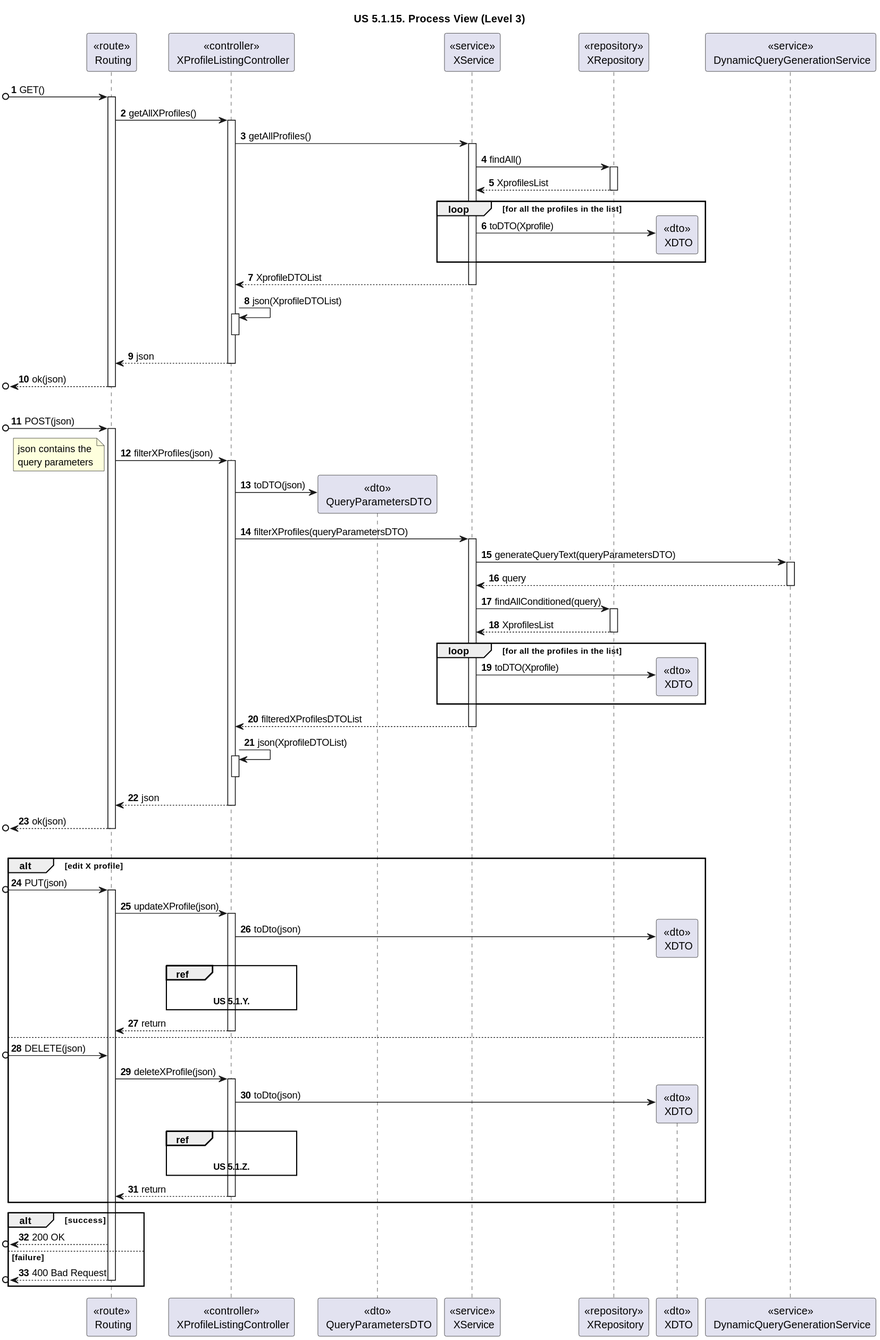
Above: docs/sprint-1/1220683/general-process-view-diagrams/listing-profiles/Level-3/listing-profile-us-process-view-lvl3.svg in rita-barbosa/LAPR5-2425 (PlantUML), before the change.
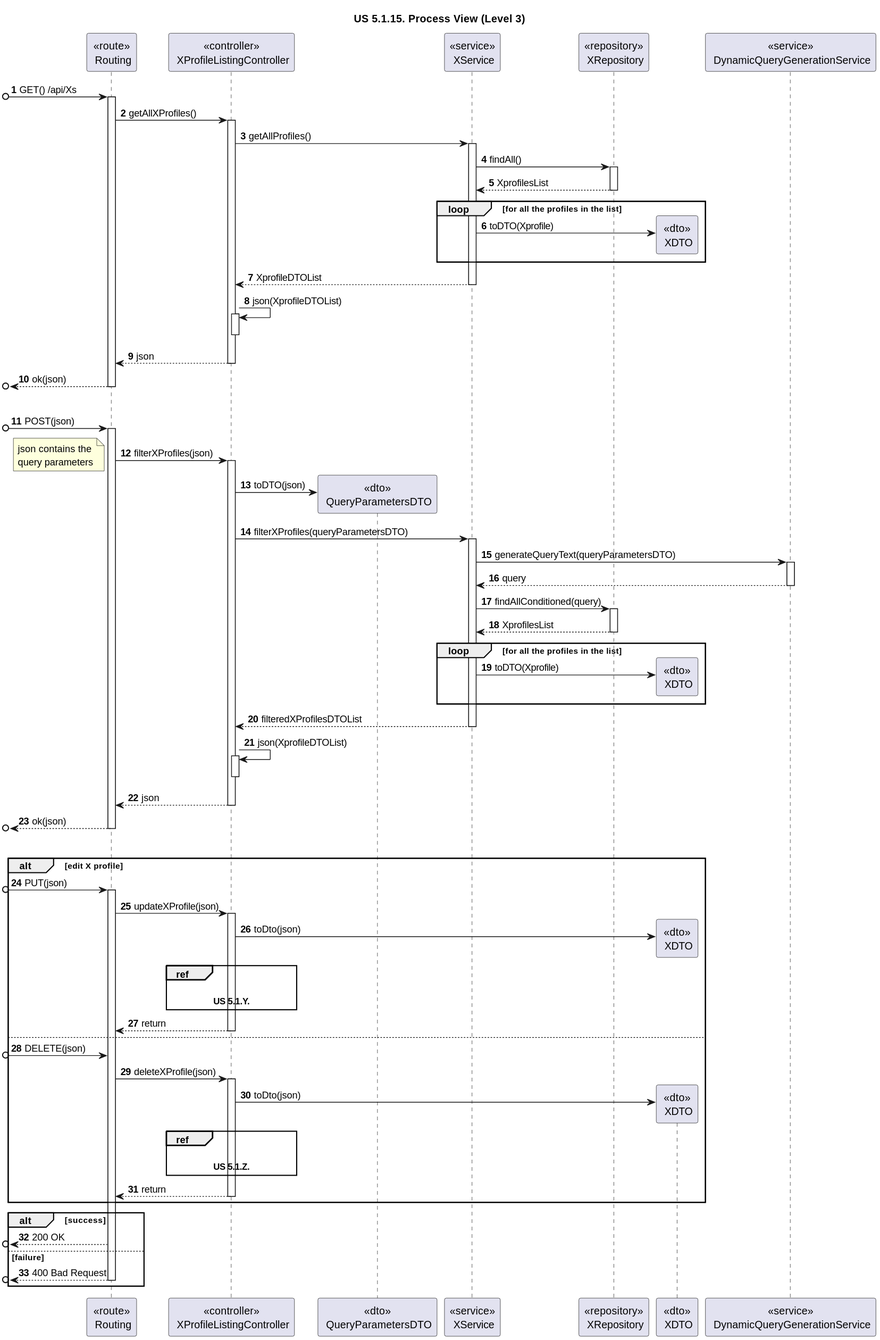
Above is the later version.

Change to the diagram source:
```diff
@@ -15,7 +15,7 @@
 
 participant "<<service>>\n DynamicQueryGenerationService" as QUERYServ
 
-[o-> ROUTE : GET()
+[o-> ROUTE : GET() /api/Xs
 activate ROUTE
 
 ROUTE -> CONTROL : getAllXProfiles()
```
